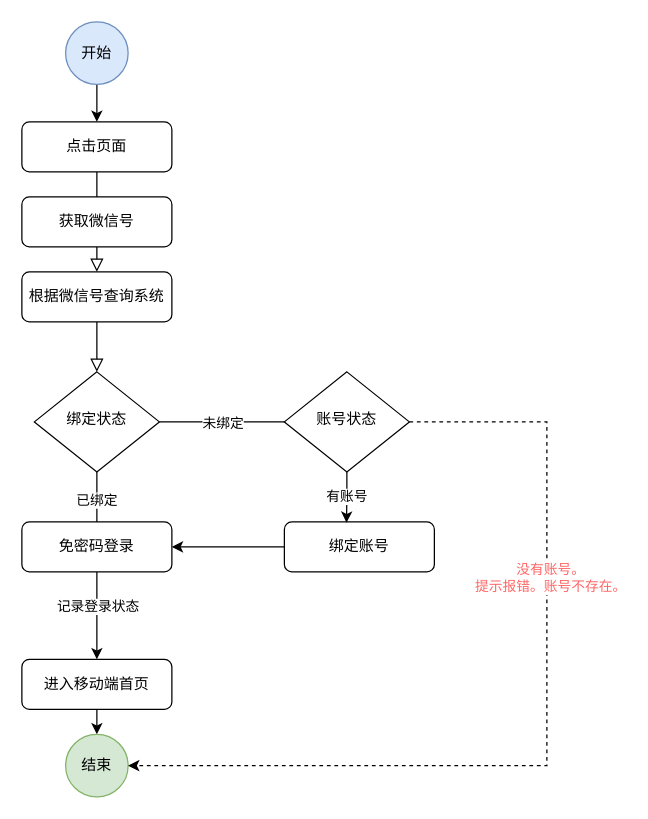
Before: 微信授权登录.drawio in pbm0802/GitIDEATest, a draw.io diagram. Source tidied: cells renumbered, new cells numbered last; positions are measured from the earlier drawing's top-left corner, leaving out a move shared by most shapes. Both pictures are drawn from the tidied source at 125%, with x=0, y=0 at pixel (21, 21).
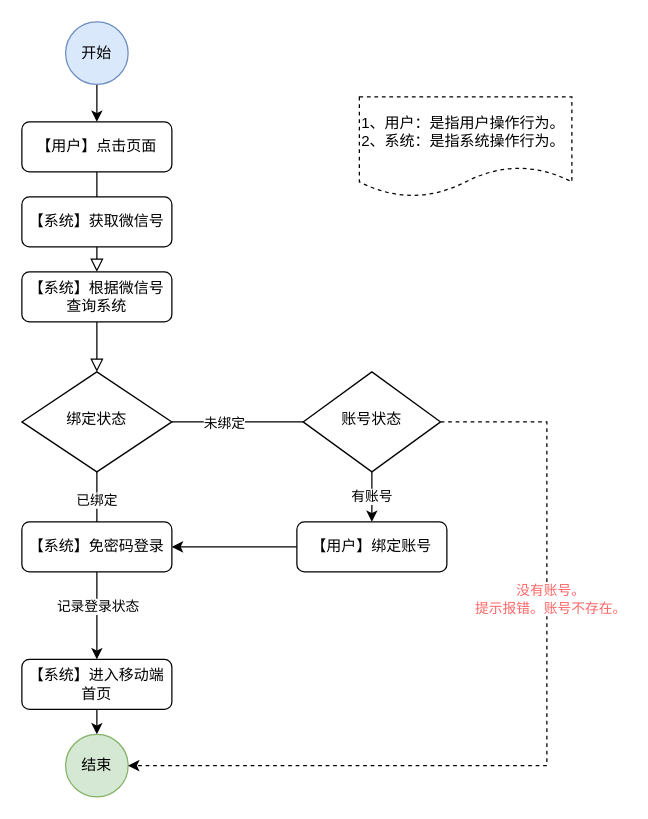
The same page after the edit.

Commit message (it also covers changes not shown here):
更新微信授权登录.drawio

Change to the diagram source:
```diff
@@
-    <mxCell id="3" value="点击页面" style="rounded=1;whiteSpace=wrap;html=1;fontSize=12;glass=0;strokeWidth=1;shadow=0;" parent="1" vertex="1">
+    <mxCell id="3" value="【用户】点击页面" style="rounded=1;whiteSpace=wrap;html=1;fontSize=12;glass=0;strokeWidth=1;shadow=0;" parent="1" vertex="1">
       <mxGeometry y="80" width="120" height="40" as="geometry" />
     </mxCell>
@@
     <mxCell id="8" value="绑定状态" style="rhombus;whiteSpace=wrap;html=1;shadow=0;fontFamily=Helvetica;fontSize=12;align=center;strokeWidth=1;spacing=6;spacingTop=-4;" parent="1" vertex="1">
-      <mxGeometry x="10" y="280" width="100" height="80" as="geometry" />
+      <mxGeometry y="280" width="120" height="80" as="geometry" />
     </mxCell>
@@
-    <mxCell id="10" value="绑定账号" style="rounded=1;whiteSpace=wrap;html=1;fontSize=12;glass=0;strokeWidth=1;shadow=0;" parent="1" vertex="1">
-      <mxGeometry x="210" y="400" width="120" height="40" as="geometry" />
+    <mxCell id="10" value="【用户】绑定账号" style="rounded=1;whiteSpace=wrap;html=1;fontSize=12;glass=0;strokeWidth=1;shadow=0;" parent="1" vertex="1">
+      <mxGeometry x="220" y="400" width="120" height="40" as="geometry" />
     </mxCell>
@@
-    <mxCell id="12" value="根据微信号查询系统" style="rounded=1;whiteSpace=wrap;html=1;fontSize=12;glass=0;strokeWidth=1;shadow=0;" parent="1" vertex="1">
+    <mxCell id="12" value="【系统】根据微信号查询系统" style="rounded=1;whiteSpace=wrap;html=1;fontSize=12;glass=0;strokeWidth=1;shadow=0;" parent="1" vertex="1">
       <mxGeometry y="200" width="120" height="40" as="geometry" />
     </mxCell>
-    <mxCell id="13" value="获取微信号" style="rounded=1;whiteSpace=wrap;html=1;fontSize=12;glass=0;strokeWidth=1;shadow=0;" parent="1" vertex="1">
+    <mxCell id="13" value="【系统】获取微信号" style="rounded=1;whiteSpace=wrap;html=1;fontSize=12;glass=0;strokeWidth=1;shadow=0;" parent="1" vertex="1">
       <mxGeometry y="140" width="120" height="40" as="geometry" />
     </mxCell>
@@
-    <mxCell id="16" value="免密码登录" style="rounded=1;whiteSpace=wrap;html=1;fontSize=12;glass=0;strokeWidth=1;shadow=0;" parent="1" vertex="1">
+    <mxCell id="16" value="【系统】免密码登录" style="rounded=1;whiteSpace=wrap;html=1;fontSize=12;glass=0;strokeWidth=1;shadow=0;" parent="1" vertex="1">
       <mxGeometry y="400" width="120" height="40" as="geometry" />
     </mxCell>
@@
-    <mxCell id="18" value="进入移动端首页" style="rounded=1;whiteSpace=wrap;html=1;fontSize=12;glass=0;strokeWidth=1;shadow=0;" parent="1" vertex="1">
+    <mxCell id="18" value="【系统】进入移动端首页" style="rounded=1;whiteSpace=wrap;html=1;fontSize=12;glass=0;strokeWidth=1;shadow=0;" parent="1" vertex="1">
       <mxGeometry y="510" width="120" height="40" as="geometry" />
     </mxCell>
@@
-    <mxCell id="22" value="有账号" style="edgeStyle=orthogonalEdgeStyle;rounded=0;jettySize=auto;html=1;exitX=0.5;exitY=1;exitDx=0;exitDy=0;entryX=0.414;entryY=0.017;entryDx=0;entryDy=0;entryPerimeter=0;" parent="1" edge="1" source="25" target="10">
-      <mxGeometry relative="1" as="geometry" />
-    </mxCell>
@@
+    <mxCell id="22" value="有账号" style="edgeStyle=orthogonalEdgeStyle;rounded=0;jettySize=auto;html=1;exitX=0.5;exitY=1;exitDx=0;exitDy=0;entryX=0.5;entryY=0;entryDx=0;entryDy=0;" parent="1" edge="1" source="25" target="10">
+      <mxGeometry relative="1" as="geometry" />
+    </mxCell>
     <mxCell id="25" value="账号状态" style="rhombus;whiteSpace=wrap;html=1;shadow=0;fontFamily=Helvetica;fontSize=12;align=center;strokeWidth=1;spacing=6;spacingTop=-4;" parent="1" vertex="1">
-      <mxGeometry x="210" y="280" width="100" height="80" as="geometry" />
+      <mxGeometry x="225" y="280" width="110" height="80" as="geometry" />
     </mxCell>
+    <mxCell id="26" value="1、用户：是指用户操作行为。&lt;br&gt;2、系统：是指系统操作行为。" style="shape=document;whiteSpace=wrap;html=1;boundedLbl=1;align=left;dashed=1;" parent="1" vertex="1">
+      <mxGeometry x="270" y="60" width="170" height="80" as="geometry" />
+    </mxCell>
```
